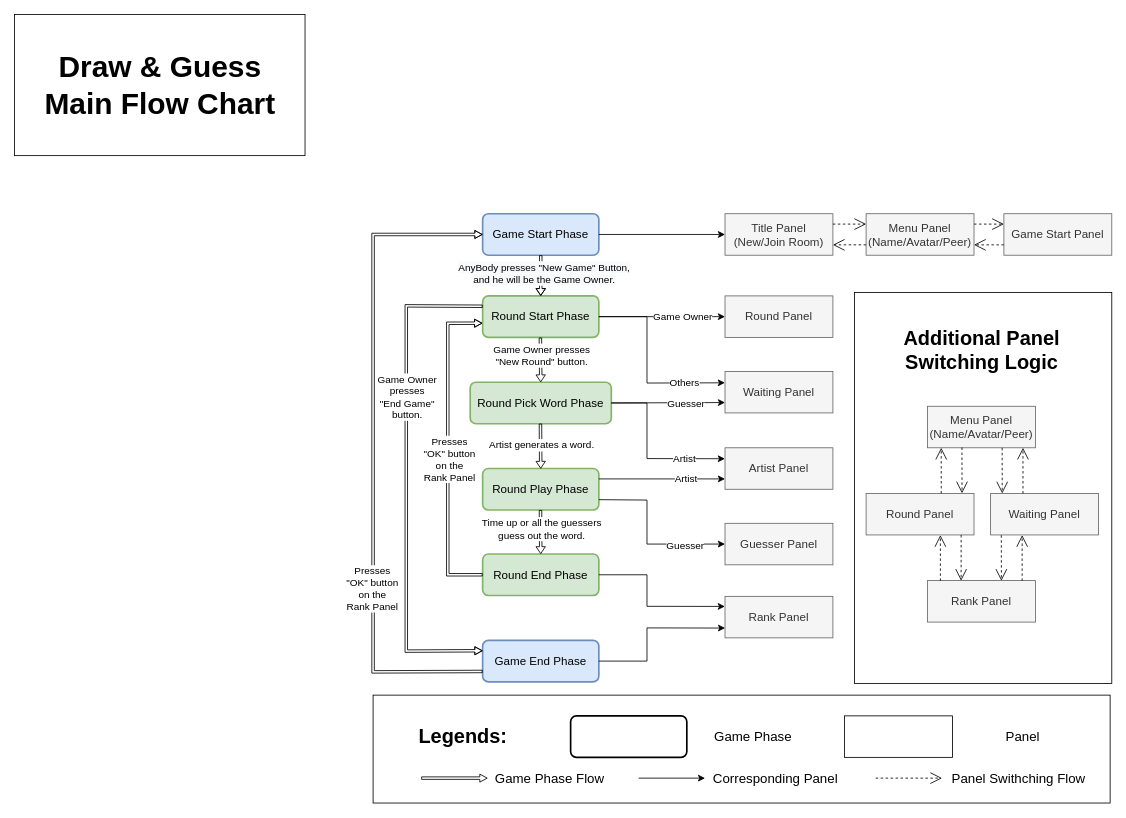
Before: Docs/charts/procedure.drawio in lucieniii/Pictionary, a draw.io diagram. Source tidied: cells renumbered, new cells numbered last; positions are measured from the earlier drawing's top-left corner, leaving out a move shared by most shapes. Both pictures are drawn from the tidied source at 83%, with x=0, y=0 at pixel (14, 14).
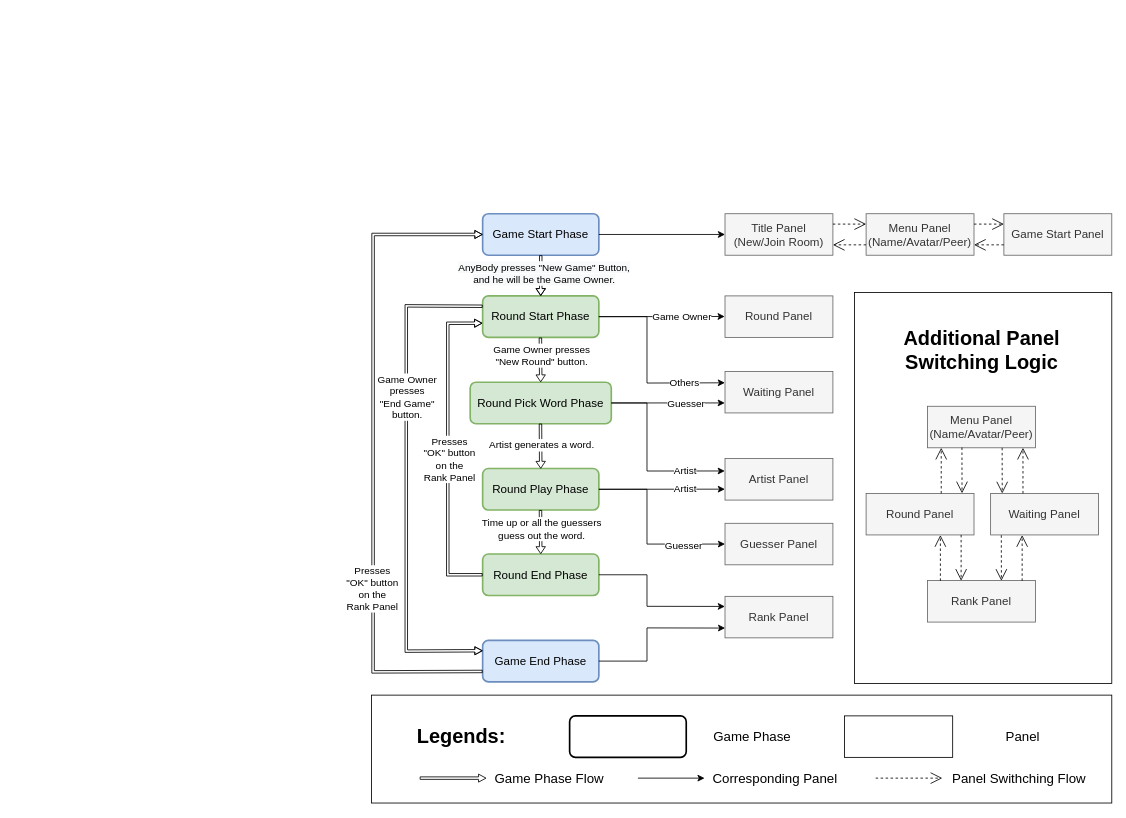
The same page after the edit.

The change refers to these unchanged cells:
```xml
<mxCell id="2" style="group;" parent="1" vertex="1">
  <mxGeometry x="432" y="240" width="890" height="566" as="geometry" />
</mxCell>
<mxCell id="10" value="&lt;font style=&quot;font-size: 14px;&quot;&gt;Round Start Phase&lt;/font&gt;" style="rounded=1;whiteSpace=wrap;html=1;absoluteArcSize=1;arcSize=14;strokeWidth=2;fillColor=#d5e8d4;strokeColor=#82b366;" parent="2" vertex="1">
  <mxGeometry x="132" y="99" width="140" height="50" as="geometry" />
</mxCell>
<mxCell id="11" value="&lt;span style=&quot;font-size: 14px;&quot;&gt;Round Pick Word Phase&lt;/span&gt;" style="rounded=1;whiteSpace=wrap;html=1;absoluteArcSize=1;arcSize=14;strokeWidth=2;fillColor=#d5e8d4;strokeColor=#82b366;" parent="2" vertex="1">
  <mxGeometry x="117" y="203" width="170" height="50" as="geometry" />
</mxCell>
<mxCell id="12" value="&lt;font style=&quot;font-size: 14px;&quot;&gt;Round Play Phase&lt;/font&gt;" style="rounded=1;whiteSpace=wrap;html=1;absoluteArcSize=1;arcSize=14;strokeWidth=2;fillColor=#d5e8d4;strokeColor=#82b366;" parent="2" vertex="1">
  <mxGeometry x="132" y="307" width="140" height="50" as="geometry" />
</mxCell>
<mxCell id="27" value="Round Panel" style="rounded=0;whiteSpace=wrap;html=1;fontSize=14;fillColor=#f5f5f5;strokeColor=#666666;fontColor=#333333;" parent="2" vertex="1">
  <mxGeometry x="424" y="99" width="130" height="50" as="geometry" />
</mxCell>
<mxCell id="29" value="Guesser Panel" style="rounded=0;whiteSpace=wrap;html=1;fontSize=14;fillColor=#f5f5f5;fontColor=#333333;strokeColor=#666666;" parent="2" vertex="1">
  <mxGeometry x="424" y="373" width="130" height="50" as="geometry" />
</mxCell>
<mxCell id="32" value="Waiting Panel" style="rounded=0;whiteSpace=wrap;html=1;fontSize=14;fillColor=#f5f5f5;strokeColor=#666666;fontColor=#333333;" parent="2" vertex="1">
  <mxGeometry x="424" y="190" width="130" height="50" as="geometry" />
</mxCell>
```

Change to the diagram source:
```diff
@@
     <mxCell id="28" value="Artist Panel" style="rounded=0;whiteSpace=wrap;html=1;fontSize=14;fillColor=#f5f5f5;strokeColor=#666666;fontColor=#333333;" parent="2" vertex="1">
-      <mxGeometry x="424" y="282" width="130" height="50" as="geometry" />
+      <mxGeometry x="424" y="295" width="130" height="50" as="geometry" />
     </mxCell>
@@
-    <mxCell id="33" style="endArrow=classic;html=1;rounded=0;fontSize=14;targetPerimeterSpacing=11;strokeWidth=1;fillColor=none;gradientColor=#ffffff;elbow=vertical;entryX=0;entryY=0.5;entryDx=0;entryDy=0;exitX=1;exitY=0.5;exitDx=0;exitDy=0;" parent="2" edge="1" source="10" target="27">
+    <mxCell id="33" style="endArrow=classic;html=1;rounded=0;fontSize=14;targetPerimeterSpacing=11;strokeWidth=1;fillColor=none;gradientColor=#ffffff;elbow=vertical;entryX=-0.003;entryY=0.496;entryDx=0;entryDy=0;exitX=1;exitY=0.5;exitDx=0;exitDy=0;entryPerimeter=0;" parent="2" edge="1" source="10" target="27">
       <mxGeometry relative="1" as="geometry" />
     </mxCell>
@@
-    <mxCell id="37" style="endArrow=classic;html=1;rounded=0;fontSize=14;targetPerimeterSpacing=11;strokeWidth=1;fillColor=none;gradientColor=#ffffff;elbow=vertical;exitX=1;exitY=0.5;exitDx=0;exitDy=0;entryX=0;entryY=0.75;entryDx=0;entryDy=0;" parent="2" edge="1" source="11" target="32">
+    <mxCell id="37" style="endArrow=classic;html=1;rounded=0;fontSize=14;targetPerimeterSpacing=11;strokeWidth=1;fillColor=none;gradientColor=#ffffff;elbow=vertical;exitX=1;exitY=0.5;exitDx=0;exitDy=0;entryX=-0.002;entryY=0.759;entryDx=0;entryDy=0;entryPerimeter=0;" parent="2" edge="1" source="11" target="32">
       <mxGeometry relative="1" as="geometry" />
     </mxCell>
@@
-    <mxCell id="39" style="endArrow=classic;html=1;rounded=0;fontSize=14;targetPerimeterSpacing=11;strokeWidth=1;fillColor=none;gradientColor=#ffffff;elbow=vertical;exitX=1;exitY=0.5;exitDx=0;exitDy=0;entryX=-0.001;entryY=0.264;entryDx=0;entryDy=0;entryPerimeter=0;" parent="2" edge="1" source="11" target="28">
+    <mxCell id="39" style="endArrow=classic;html=1;rounded=0;fontSize=14;targetPerimeterSpacing=11;strokeWidth=1;fillColor=none;gradientColor=#ffffff;elbow=vertical;exitX=1;exitY=0.5;exitDx=0;exitDy=0;entryX=-0.002;entryY=0.299;entryDx=0;entryDy=0;entryPerimeter=0;" parent="2" edge="1" source="11" target="28">
       <mxGeometry relative="1" as="geometry">
         <Array as="points">
           <mxPoint x="330" y="228" />
-          <mxPoint x="330" y="295" />
+          <mxPoint x="330" y="310" />
         </Array>
       </mxGeometry>
     </mxCell>
     <mxCell id="40" value="&lt;span style=&quot;font-size: 12px;&quot;&gt;Artist&lt;/span&gt;" style="edgeLabel;html=1;align=center;verticalAlign=middle;fontSize=14;" parent="39" vertex="1">
       <mxGeometry x="0.52" y="-1" relative="1" as="geometry">
-        <mxPoint y="-2" as="offset" />
+        <mxPoint x="4" y="-2" as="offset" />
       </mxGeometry>
     </mxCell>
-    <mxCell id="41" style="endArrow=classic;html=1;rounded=0;fontSize=14;targetPerimeterSpacing=11;strokeWidth=1;fillColor=none;gradientColor=#ffffff;elbow=vertical;entryX=0;entryY=0.75;entryDx=0;entryDy=0;exitX=1;exitY=0.25;exitDx=0;exitDy=0;" parent="2" edge="1" source="12" target="28">
+    <mxCell id="41" style="endArrow=classic;html=1;rounded=0;fontSize=14;targetPerimeterSpacing=11;strokeWidth=1;fillColor=none;gradientColor=#ffffff;elbow=vertical;entryX=-0.001;entryY=0.737;entryDx=0;entryDy=0;exitX=1;exitY=0.5;exitDx=0;exitDy=0;entryPerimeter=0;" parent="2" edge="1" source="12" target="28">
       <mxGeometry relative="1" as="geometry" />
     </mxCell>
@@
-    <mxCell id="43" style="endArrow=classic;html=1;rounded=0;fontSize=14;targetPerimeterSpacing=11;strokeWidth=1;fillColor=none;gradientColor=#ffffff;elbow=vertical;exitX=1;exitY=0.75;exitDx=0;exitDy=0;entryX=0;entryY=0.5;entryDx=0;entryDy=0;" parent="2" edge="1" source="12" target="29">
+    <mxCell id="43" style="endArrow=classic;html=1;rounded=0;fontSize=14;targetPerimeterSpacing=11;strokeWidth=1;fillColor=none;gradientColor=#ffffff;elbow=vertical;entryX=0;entryY=0.5;entryDx=0;entryDy=0;exitX=1;exitY=0.5;exitDx=0;exitDy=0;" parent="2" edge="1" source="12" target="29">
       <mxGeometry relative="1" as="geometry">
         <Array as="points">
-          <mxPoint x="330" y="345" />
+          <mxPoint x="330" y="332" />
           <mxPoint x="330" y="398" />
         </Array>
       </mxGeometry>
     </mxCell>
@@
     <mxCell id="65" style="group;" parent="1" vertex="1">
-      <mxGeometry x="432" y="820" width="888" height="130" as="geometry" />
+      <mxGeometry x="430" y="820" width="892" height="130" as="geometry" />
     </mxCell>
     <mxCell id="66" style="rounded=0;whiteSpace=wrap;html=1;labelBackgroundColor=#FFFFFF;fontSize=14;fillColor=none;" parent="65" vertex="1">
-      <mxGeometry width="888" height="130" as="geometry" />
+      <mxGeometry width="892" height="130" as="geometry" />
     </mxCell>
     <mxCell id="67" value="Legends:" style="text;strokeColor=none;fillColor=none;html=1;fontSize=24;fontStyle=1;verticalAlign=middle;align=center;labelBackgroundColor=#FFFFFF;" parent="65" vertex="1">
-      <mxGeometry x="58" y="30" width="100" height="40" as="geometry" />
+      <mxGeometry x="58.2" y="30" width="100.3" height="40" as="geometry" />
     </mxCell>
     <mxCell id="68" style="group;" parent="65" vertex="1">
-      <mxGeometry x="238" y="25" width="280" height="50" as="geometry" />
+      <mxGeometry x="238.8" y="25" width="280.9" height="50" as="geometry" />
     </mxCell>
     <mxCell id="69" style="rounded=1;whiteSpace=wrap;html=1;absoluteArcSize=1;arcSize=14;strokeWidth=2;" parent="68" vertex="1">
-      <mxGeometry width="140" height="50" as="geometry" />
+      <mxGeometry width="140.5" height="50" as="geometry" />
     </mxCell>
     <mxCell id="70" value="&lt;font style=&quot;font-size: 16px;&quot;&gt;Game Phase&lt;/font&gt;" style="text;html=1;strokeColor=none;fillColor=none;align=center;verticalAlign=middle;whiteSpace=wrap;rounded=0;labelBackgroundColor=#FFFFFF;fontSize=16;" parent="68" vertex="1">
-      <mxGeometry x="160" y="15" width="120" height="20" as="geometry" />
+      <mxGeometry x="160.5" y="15" width="120.4" height="20" as="geometry" />
     </mxCell>
     <mxCell id="71" style="group;" parent="65" vertex="1">
-      <mxGeometry x="568" y="25" width="275" height="50" as="geometry" />
+      <mxGeometry x="569.9" y="25" width="275.9" height="50" as="geometry" />
     </mxCell>
     <mxCell id="72" style="rounded=0;whiteSpace=wrap;html=1;fontSize=16;" parent="71" vertex="1">
-      <mxGeometry width="130" height="50" as="geometry" />
+      <mxGeometry width="130.4" height="50" as="geometry" />
     </mxCell>
     <mxCell id="73" value="&lt;font style=&quot;font-size: 16px;&quot;&gt;Panel&lt;/font&gt;" style="text;html=1;strokeColor=none;fillColor=none;align=center;verticalAlign=middle;whiteSpace=wrap;rounded=0;labelBackgroundColor=#FFFFFF;fontSize=16;" parent="71" vertex="1">
-      <mxGeometry x="155" y="15" width="120" height="20" as="geometry" />
+      <mxGeometry x="155.5" y="15" width="120.4" height="20" as="geometry" />
     </mxCell>
     <mxCell id="74" style="group;" parent="65" vertex="1">
-      <mxGeometry x="58" y="90" width="230" height="20" as="geometry" />
+      <mxGeometry x="58.2" y="90" width="230.8" height="20" as="geometry" />
     </mxCell>
     <mxCell id="75" style="endArrow=none;html=1;rounded=0;fontSize=16;elbow=vertical;shape=flexArrow;startArrow=block;fillColor=none;strokeWidth=1;startWidth=5.660377358490567;startSize=2.6415094339622645;width=3;endSize=6;" parent="74" edge="1">
       <mxGeometry relative="1" as="geometry">
-        <mxPoint x="80" y="10" as="sourcePoint" />
+        <mxPoint x="80.3" y="10" as="sourcePoint" />
         <mxPoint y="10" as="targetPoint" />
       </mxGeometry>
     </mxCell>
     <mxCell id="76" value="&lt;font style=&quot;font-size: 16px;&quot;&gt;Game Phase Flow&lt;/font&gt;" style="text;html=1;strokeColor=none;fillColor=none;align=center;verticalAlign=middle;whiteSpace=wrap;rounded=0;labelBackgroundColor=#FFFFFF;fontSize=16;" parent="74" vertex="1">
-      <mxGeometry x="80" width="150" height="20" as="geometry" />
+      <mxGeometry x="80.3" width="150.5" height="20" as="geometry" />
     </mxCell>
     <mxCell id="77" style="group;" parent="65" vertex="1">
-      <mxGeometry x="320" y="90" width="250" height="20" as="geometry" />
+      <mxGeometry x="321.1" y="90" width="250.8" height="20" as="geometry" />
     </mxCell>
     <mxCell id="78" style="endArrow=classic;html=1;rounded=0;fontSize=16;targetPerimeterSpacing=11;strokeWidth=1;fillColor=none;gradientColor=#ffffff;elbow=vertical;exitX=1;exitY=0.5;exitDx=0;exitDy=0;" parent="77" edge="1">
       <mxGeometry relative="1" as="geometry">
         <mxPoint y="10" as="sourcePoint" />
-        <mxPoint x="80" y="10" as="targetPoint" />
+        <mxPoint x="80.3" y="10" as="targetPoint" />
       </mxGeometry>
     </mxCell>
     <mxCell id="79" value="&lt;font style=&quot;font-size: 16px;&quot;&gt;Corresponding Panel&lt;/font&gt;" style="text;html=1;strokeColor=none;fillColor=none;align=center;verticalAlign=middle;whiteSpace=wrap;rounded=0;labelBackgroundColor=#FFFFFF;fontSize=16;" parent="77" vertex="1">
-      <mxGeometry x="80" width="170" height="20" as="geometry" />
+      <mxGeometry x="80.3" width="170.6" height="20" as="geometry" />
     </mxCell>
     <mxCell id="80" style="group;" parent="65" vertex="1">
-      <mxGeometry x="605.5" y="90" width="262.5" height="20" as="geometry" />
+      <mxGeometry x="607.5" y="90" width="263.4" height="20" as="geometry" />
     </mxCell>
     <mxCell id="81" style="endArrow=open;endSize=12;dashed=1;html=1;rounded=0;elbow=vertical;exitX=0.738;exitY=1.002;exitDx=0;exitDy=0;fontSize=16;exitPerimeter=0;" parent="80" edge="1">
       <mxGeometry x="0.25" y="-30" relative="1" as="geometry">
         <mxPoint y="10" as="sourcePoint" />
-        <mxPoint x="80" y="10" as="targetPoint" />
+        <mxPoint x="80.3" y="10" as="targetPoint" />
       </mxGeometry>
     </mxCell>
     <mxCell id="82" value="&lt;font style=&quot;font-size: 16px;&quot;&gt;Panel Swithching Flow&lt;/font&gt;" style="text;html=1;strokeColor=none;fillColor=none;align=center;verticalAlign=middle;whiteSpace=wrap;rounded=0;labelBackgroundColor=#FFFFFF;fontSize=16;" parent="80" vertex="1">
-      <mxGeometry x="82.5" width="180" height="20" as="geometry" />
+      <mxGeometry x="82.8" width="180.6" height="20" as="geometry" />
     </mxCell>
-    <mxCell id="83" style="group;" parent="1" vertex="1">
-      <mxGeometry width="350" height="170" as="geometry" />
-    </mxCell>
-    <mxCell id="84" style="rounded=0;whiteSpace=wrap;html=1;labelBackgroundColor=#FFFFFF;fontSize=36;fillColor=none;" parent="83" vertex="1">
-      <mxGeometry width="350" height="170" as="geometry" />
-    </mxCell>
-    <mxCell id="85" value="&lt;font style=&quot;font-size: 36px;&quot;&gt;Draw &amp;amp; Guess&lt;br&gt;Main Flow Chart&lt;/font&gt;" style="text;strokeColor=none;fillColor=none;html=1;fontSize=24;fontStyle=1;verticalAlign=middle;align=center;labelBackgroundColor=#FFFFFF;" parent="83" vertex="1">
-      <mxGeometry x="45" y="30" width="260" height="110" as="geometry" />
-    </mxCell>
```
